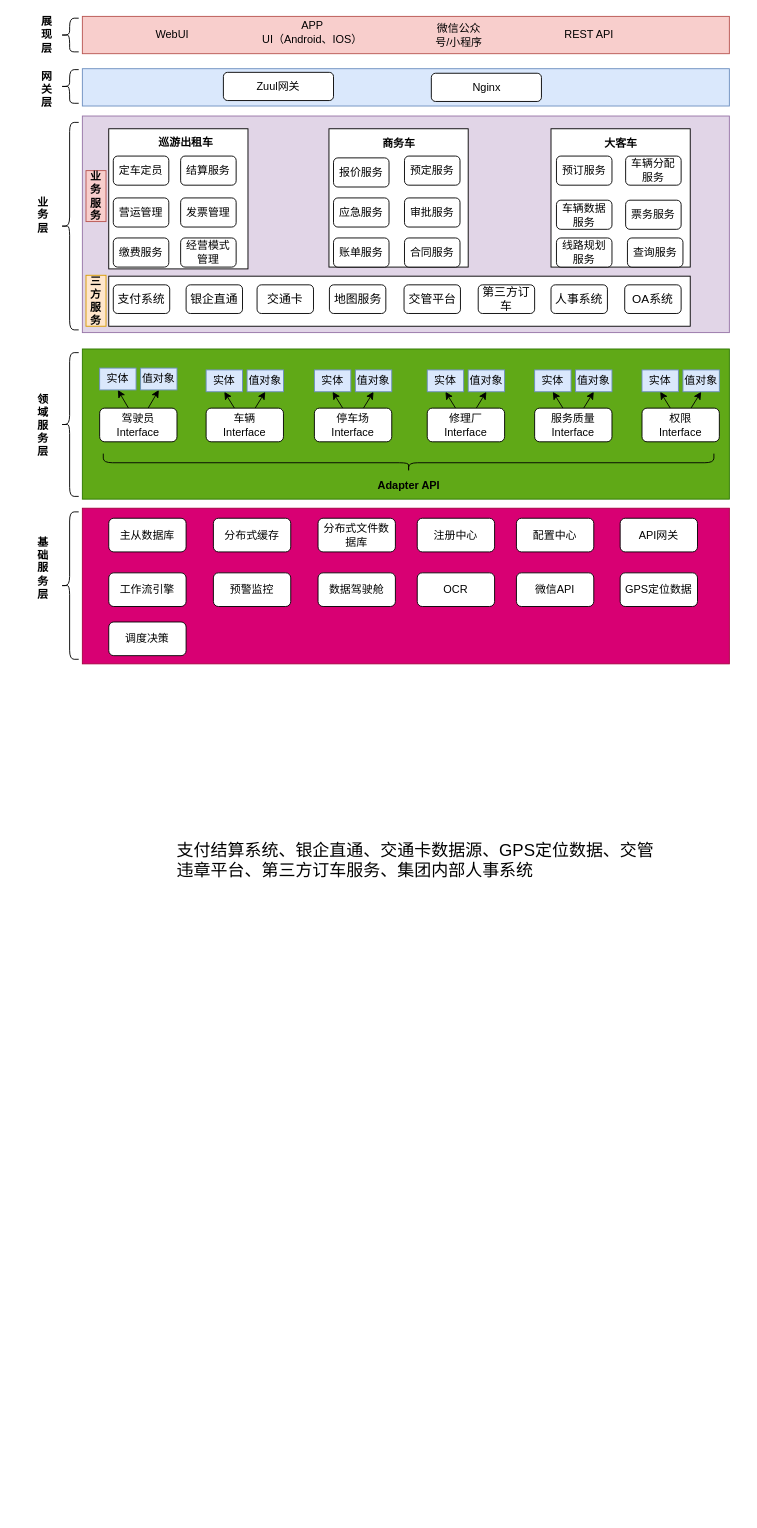
Before: 汽车公司-应用架构.drawio in ammengke/my-drawio, a draw.io diagram. Source tidied: cells renumbered, new cells numbered last; positions are measured from the earlier drawing's top-left corner, leaving out a move shared by most shapes. Both pictures are drawn from the tidied source at 91%, with x=0, y=0 at pixel (15, 15).
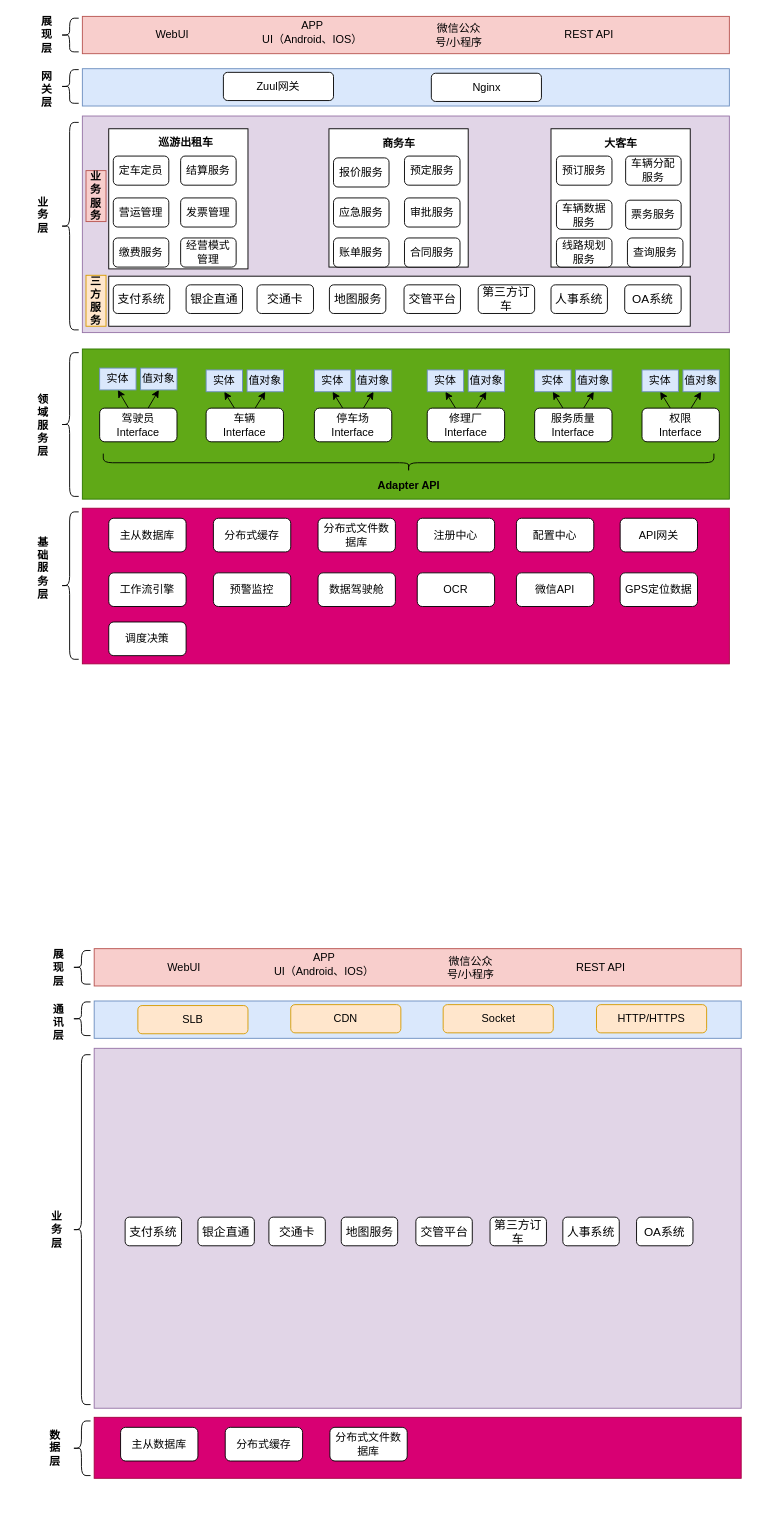
After the change.

Commit message:
Update 汽车公司-应用架构.drawio

What changed in the source:
```diff
@@
-    <mxCell id="102" value="&lt;p class=&quot;MsoNormal&quot;&gt;&lt;span style=&quot;font-size: 14.0000pt&quot;&gt;&lt;font face=&quot;宋体&quot;&gt;支付结算系统、银企直通、交通卡数据源、&lt;/font&gt;GPS定位数据、交管违章平台、第三方订车服务、集团内部人事系统&lt;/span&gt;&lt;/p&gt;" style="text;whiteSpace=wrap;html=1;" parent="1" vertex="1">
-      <mxGeometry x="175" y="888" width="540" height="70" as="geometry" />
-    </mxCell>
@@
+    <mxCell id="104" style="shape=curlyBracket;whiteSpace=wrap;html=1;rounded=1;" parent="1" vertex="1">
+      <mxGeometry x="62" y="1544" width="20" height="60" as="geometry" />
+    </mxCell>
+    <mxCell id="105" style="rounded=0;whiteSpace=wrap;html=1;fillColor=#d80073;fontColor=#ffffff;strokeColor=#A50040;" parent="1" vertex="1">
+      <mxGeometry x="86" y="1540" width="711" height="67" as="geometry" />
+    </mxCell>
+    <mxCell id="106" value="数&lt;br&gt;据&lt;br&gt;层" style="text;html=1;strokeColor=none;fillColor=none;align=center;verticalAlign=middle;whiteSpace=wrap;rounded=0;fontStyle=1;" parent="1" vertex="1">
+      <mxGeometry x="13" y="1503" width="60" height="141" as="geometry" />
+    </mxCell>
+    <mxCell id="107" value="主从数据库" style="rounded=1;whiteSpace=wrap;html=1;" parent="1" vertex="1">
+      <mxGeometry x="115" y="1551" width="85" height="37" as="geometry" />
+    </mxCell>
+    <mxCell id="108" value="分布式缓存" style="rounded=1;whiteSpace=wrap;html=1;" parent="1" vertex="1">
+      <mxGeometry x="230" y="1551" width="85" height="37" as="geometry" />
+    </mxCell>
+    <mxCell id="109" value="分布式文件数据库" style="rounded=1;whiteSpace=wrap;html=1;" parent="1" vertex="1">
+      <mxGeometry x="345" y="1551" width="85" height="37" as="geometry" />
+    </mxCell>
+    <mxCell id="110" style="rounded=0;whiteSpace=wrap;html=1;fillColor=#e1d5e7;strokeColor=#9673a6;" parent="1" vertex="1">
+      <mxGeometry x="86" y="1134.5" width="711" height="395.5" as="geometry" />
+    </mxCell>
+    <mxCell id="111" value="业&lt;br&gt;务&lt;br&gt;层" style="text;html=1;strokeColor=none;fillColor=none;align=center;verticalAlign=middle;whiteSpace=wrap;rounded=0;fontStyle=1;" parent="1" vertex="1">
+      <mxGeometry x="15" y="1263.2" width="60" height="141" as="geometry" />
+    </mxCell>
+    <mxCell id="112" style="shape=curlyBracket;whiteSpace=wrap;html=1;rounded=1;" parent="1" vertex="1">
+      <mxGeometry x="62" y="1141.5" width="20" height="384.5" as="geometry" />
+    </mxCell>
+    <mxCell id="113" value="支付系统" style="rounded=1;whiteSpace=wrap;html=1;fontSize=13;" parent="1" vertex="1">
+      <mxGeometry x="120" y="1320" width="62" height="31.5" as="geometry" />
+    </mxCell>
+    <mxCell id="114" value="银企直通" style="rounded=1;whiteSpace=wrap;html=1;fontSize=13;" parent="1" vertex="1">
+      <mxGeometry x="200" y="1320" width="62" height="31.5" as="geometry" />
+    </mxCell>
+    <mxCell id="115" value="交通卡" style="rounded=1;whiteSpace=wrap;html=1;fontSize=13;" parent="1" vertex="1">
+      <mxGeometry x="278" y="1320" width="62" height="31.5" as="geometry" />
+    </mxCell>
+    <mxCell id="116" value="地图服务" style="rounded=1;whiteSpace=wrap;html=1;fontSize=13;" parent="1" vertex="1">
+      <mxGeometry x="357.5" y="1320" width="62" height="31.5" as="geometry" />
+    </mxCell>
+    <mxCell id="117" value="交管平台" style="rounded=1;whiteSpace=wrap;html=1;fontSize=13;" parent="1" vertex="1">
+      <mxGeometry x="439.5" y="1320" width="62" height="31.5" as="geometry" />
+    </mxCell>
+    <mxCell id="118" value="第三方订车" style="rounded=1;whiteSpace=wrap;html=1;fontSize=13;" parent="1" vertex="1">
+      <mxGeometry x="521" y="1320" width="62" height="31.5" as="geometry" />
+    </mxCell>
+    <mxCell id="119" value="人事系统" style="rounded=1;whiteSpace=wrap;html=1;fontSize=13;" parent="1" vertex="1">
+      <mxGeometry x="601" y="1320" width="62" height="31.5" as="geometry" />
+    </mxCell>
+    <mxCell id="120" style="rounded=0;whiteSpace=wrap;html=1;fillColor=#dae8fc;strokeColor=#6c8ebf;" parent="1" vertex="1">
+      <mxGeometry x="86" y="1082.5" width="711" height="41" as="geometry" />
+    </mxCell>
+    <mxCell id="121" value="通&lt;br&gt;讯&lt;br&gt;层" style="text;html=1;strokeColor=none;fillColor=none;align=center;verticalAlign=middle;whiteSpace=wrap;rounded=0;fontColor=#000000;fontStyle=1;" parent="1" vertex="1">
+      <mxGeometry x="17" y="1090.5" width="60" height="30" as="geometry" />
+    </mxCell>
+    <mxCell id="122" style="shape=curlyBracket;whiteSpace=wrap;html=1;rounded=1;fontColor=#000000;" parent="1" vertex="1">
+      <mxGeometry x="62" y="1083.5" width="20" height="37" as="geometry" />
+    </mxCell>
+    <mxCell id="123" value="SLB" style="rounded=1;whiteSpace=wrap;html=1;fillColor=#ffe6cc;strokeColor=#d79b00;" parent="1" vertex="1">
+      <mxGeometry x="134" y="1087.5" width="121" height="31" as="geometry" />
+    </mxCell>
+    <mxCell id="124" value="展&lt;br&gt;现&lt;br&gt;层" style="text;html=1;strokeColor=none;fillColor=none;align=center;verticalAlign=middle;whiteSpace=wrap;rounded=0;fontColor=#000000;fontStyle=1;" parent="1" vertex="1">
+      <mxGeometry x="17" y="1030.5" width="60" height="30" as="geometry" />
+    </mxCell>
+    <mxCell id="125" style="rounded=0;whiteSpace=wrap;html=1;fillColor=#f8cecc;strokeColor=#b85450;" parent="1" vertex="1">
+      <mxGeometry x="86" y="1025" width="711" height="41" as="geometry" />
+    </mxCell>
+    <mxCell id="126" style="shape=curlyBracket;whiteSpace=wrap;html=1;rounded=1;fontColor=#000000;" parent="1" vertex="1">
+      <mxGeometry x="62" y="1027" width="20" height="37" as="geometry" />
+    </mxCell>
+    <mxCell id="127" value="WebUI" style="text;html=1;strokeColor=none;fillColor=none;align=center;verticalAlign=middle;whiteSpace=wrap;rounded=0;fontColor=#000000;" parent="1" vertex="1">
+      <mxGeometry x="155" y="1030.5" width="60" height="30" as="geometry" />
+    </mxCell>
+    <mxCell id="128" value="APP&lt;br&gt;UI（Android、IOS）" style="text;html=1;strokeColor=none;fillColor=none;align=center;verticalAlign=middle;whiteSpace=wrap;rounded=0;fontColor=#000000;" parent="1" vertex="1">
+      <mxGeometry x="268" y="1027" width="142" height="30" as="geometry" />
+    </mxCell>
+    <mxCell id="129" value="微信公众号/小程序" style="text;html=1;strokeColor=none;fillColor=none;align=center;verticalAlign=middle;whiteSpace=wrap;rounded=0;fontColor=#000000;" parent="1" vertex="1">
+      <mxGeometry x="469.5" y="1030.5" width="60" height="30" as="geometry" />
+    </mxCell>
+    <mxCell id="130" value="REST API" style="text;html=1;strokeColor=none;fillColor=none;align=center;verticalAlign=middle;whiteSpace=wrap;rounded=0;fontColor=#000000;" parent="1" vertex="1">
+      <mxGeometry x="613" y="1030.5" width="60" height="30" as="geometry" />
+    </mxCell>
+    <mxCell id="131" value="OA系统" style="rounded=1;whiteSpace=wrap;html=1;fontSize=13;" parent="1" vertex="1">
+      <mxGeometry x="682" y="1320" width="62" height="31.5" as="geometry" />
+    </mxCell>
+    <mxCell id="132" value="CDN" style="rounded=1;whiteSpace=wrap;html=1;fillColor=#ffe6cc;strokeColor=#d79b00;" parent="1" vertex="1">
+      <mxGeometry x="302" y="1086.5" width="121" height="31" as="geometry" />
+    </mxCell>
+    <mxCell id="133" value="Socket" style="rounded=1;whiteSpace=wrap;html=1;fillColor=#ffe6cc;strokeColor=#d79b00;" parent="1" vertex="1">
+      <mxGeometry x="469.5" y="1086.5" width="121" height="31" as="geometry" />
+    </mxCell>
+    <mxCell id="134" value="HTTP/HTTPS" style="rounded=1;whiteSpace=wrap;html=1;fillColor=#ffe6cc;strokeColor=#d79b00;" parent="1" vertex="1">
+      <mxGeometry x="638" y="1086.5" width="121" height="31" as="geometry" />
+    </mxCell>
```
